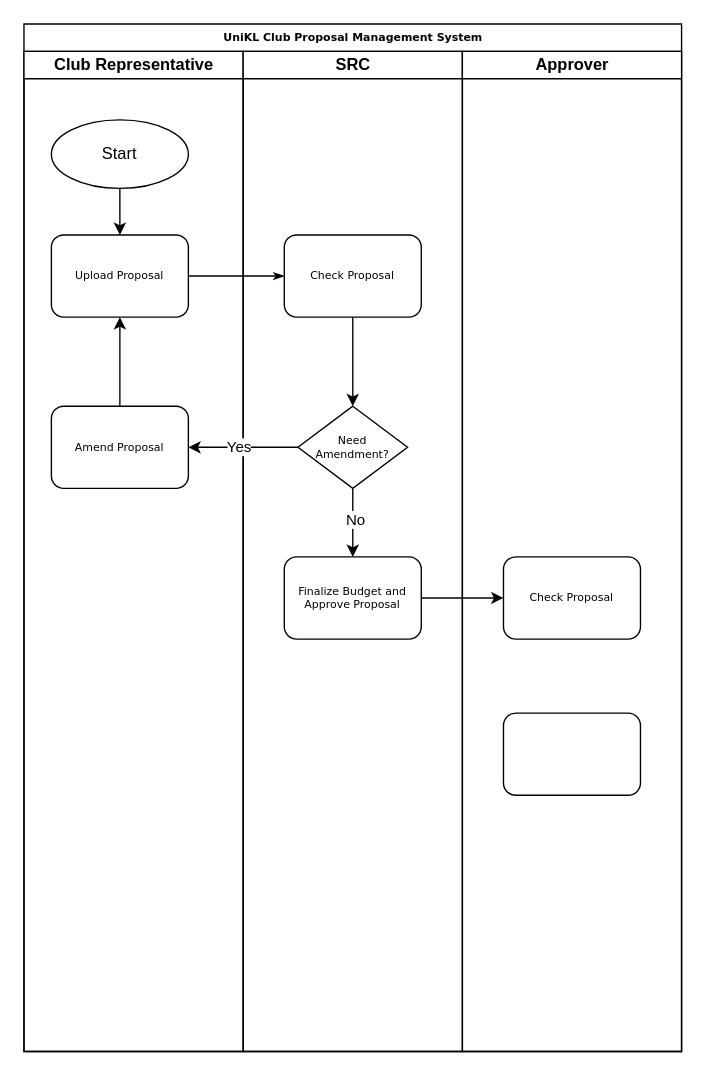
Before: WorkflowFYP.drawio in swara731/Uml-Diagrams, a draw.io diagram. Source tidied: cells renumbered, new cells numbered last; positions are measured from the earlier drawing's top-left corner, leaving out a move shared by most shapes. Both pictures are drawn from the tidied source at 137%, with x=0, y=0 at pixel (23, 23).
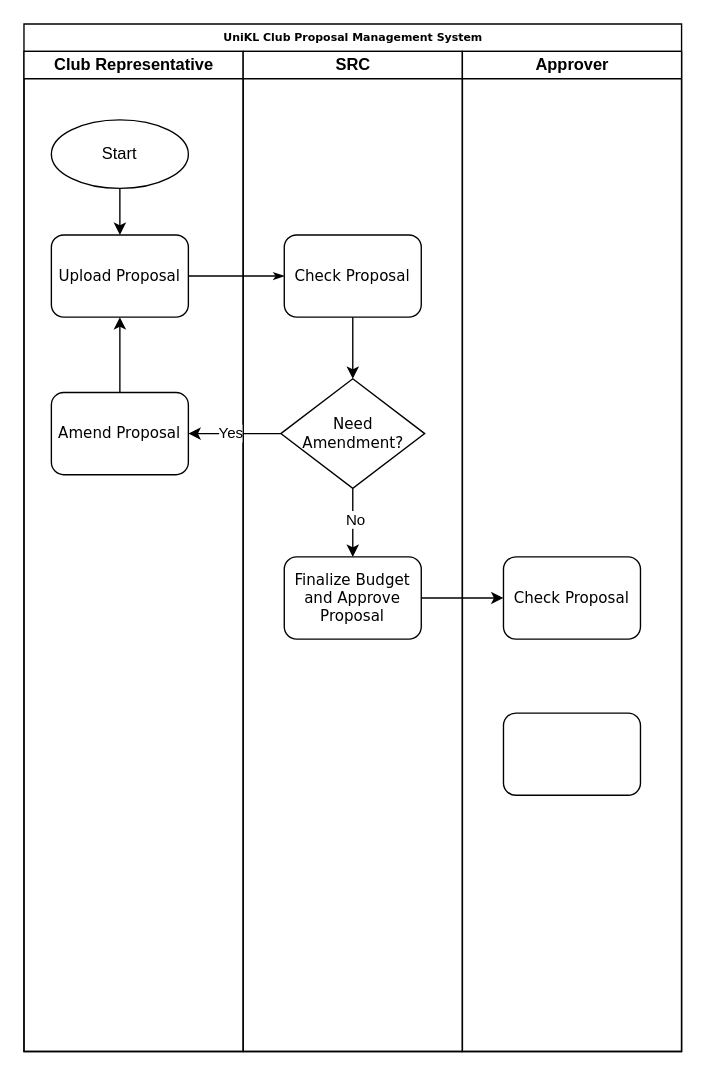
Above is the later version.

The change refers to these unchanged cells:
```xml
<mxCell id="3" value="Club Representative" style="swimlane;html=1;startSize=20;" parent="2" vertex="1">
  <mxGeometry y="20" width="160" height="730" as="geometry" />
</mxCell>
<mxCell id="10" value="SRC" style="swimlane;html=1;startSize=20;" parent="2" vertex="1">
  <mxGeometry x="160" y="20" width="160" height="730" as="geometry" />
</mxCell>
<mxCell id="17" value="Approver" style="swimlane;html=1;startSize=20;" parent="2" vertex="1">
  <mxGeometry x="320" y="20" width="160" height="730" as="geometry" />
</mxCell>
```

Diff of the diagram source:
```diff
@@
-    <mxCell id="4" value="Upload Proposal" style="rounded=1;whiteSpace=wrap;html=1;shadow=0;labelBackgroundColor=none;strokeWidth=1;fontFamily=Verdana;fontSize=8;align=center;" parent="3" vertex="1">
+    <mxCell id="4" value="Upload Proposal" style="rounded=1;whiteSpace=wrap;html=1;shadow=0;labelBackgroundColor=none;strokeWidth=1;fontFamily=Verdana;fontSize=11;align=center;fillColor=none;" parent="3" vertex="1">
       <mxGeometry x="20" y="134" width="100" height="60" as="geometry" />
     </mxCell>
@@
-    <mxCell id="6" value="Amend Proposal" style="rounded=1;whiteSpace=wrap;html=1;shadow=0;labelBackgroundColor=none;strokeWidth=1;fontFamily=Verdana;fontSize=8;align=center;" parent="3" vertex="1">
-      <mxGeometry x="20" y="259" width="100" height="60" as="geometry" />
+    <mxCell id="6" value="Amend Proposal" style="rounded=1;whiteSpace=wrap;html=1;shadow=0;labelBackgroundColor=none;strokeWidth=1;fontFamily=Verdana;fontSize=11;align=center;fillColor=none;" parent="3" vertex="1">
+      <mxGeometry x="20" y="249" width="100" height="60" as="geometry" />
     </mxCell>
@@
-    <mxCell id="12" value="Check Proposal" style="rounded=1;whiteSpace=wrap;html=1;shadow=0;labelBackgroundColor=none;strokeWidth=1;fontFamily=Verdana;fontSize=8;align=center;" parent="10" vertex="1">
+    <mxCell id="12" value="Check Proposal" style="rounded=1;whiteSpace=wrap;html=1;shadow=0;labelBackgroundColor=none;strokeWidth=1;fontFamily=Verdana;fontSize=11;align=center;fillColor=none;" parent="10" vertex="1">
       <mxGeometry x="30" y="134" width="100" height="60" as="geometry" />
     </mxCell>
@@
-    <mxCell id="15" value="Need &lt;br&gt;Amendment?" style="rhombus;whiteSpace=wrap;html=1;rounded=0;shadow=0;labelBackgroundColor=none;strokeWidth=1;fontFamily=Verdana;fontSize=8;align=center;" parent="10" vertex="1">
-      <mxGeometry x="40" y="259" width="80" height="60" as="geometry" />
+    <mxCell id="15" value="Need &lt;br style=&quot;font-size: 11px;&quot;&gt;Amendment?" style="rhombus;whiteSpace=wrap;html=1;rounded=0;shadow=0;labelBackgroundColor=none;strokeWidth=1;fontFamily=Verdana;fontSize=11;align=center;fillColor=none;" parent="10" vertex="1">
+      <mxGeometry x="27.5" y="239" width="105" height="80" as="geometry" />
     </mxCell>
-    <mxCell id="16" value="Finalize Budget and Approve Proposal" style="rounded=1;whiteSpace=wrap;html=1;shadow=0;labelBackgroundColor=none;strokeWidth=1;fontFamily=Verdana;fontSize=8;align=center;" parent="10" vertex="1">
+    <mxCell id="16" value="Finalize Budget and Approve Proposal" style="rounded=1;whiteSpace=wrap;html=1;shadow=0;labelBackgroundColor=none;strokeWidth=1;fontFamily=Verdana;fontSize=11;align=center;fillColor=none;" parent="10" vertex="1">
       <mxGeometry x="30" y="369" width="100" height="60" as="geometry" />
     </mxCell>
@@
-    <mxCell id="18" value="Check Proposal" style="rounded=1;whiteSpace=wrap;html=1;shadow=0;labelBackgroundColor=none;strokeWidth=1;fontFamily=Verdana;fontSize=8;align=center;" parent="17" vertex="1">
+    <mxCell id="18" value="Check Proposal" style="rounded=1;whiteSpace=wrap;html=1;shadow=0;labelBackgroundColor=none;strokeWidth=1;fontFamily=Verdana;fontSize=11;align=center;fillColor=none;" parent="17" vertex="1">
       <mxGeometry x="30" y="369" width="100" height="60" as="geometry" />
     </mxCell>
-    <mxCell id="19" style="rounded=1;whiteSpace=wrap;html=1;shadow=0;labelBackgroundColor=none;strokeWidth=1;fontFamily=Verdana;fontSize=8;align=center;" parent="17" vertex="1">
+    <mxCell id="19" style="rounded=1;whiteSpace=wrap;html=1;shadow=0;labelBackgroundColor=none;strokeWidth=1;fontFamily=Verdana;fontSize=8;align=center;fillColor=none;" parent="17" vertex="1">
       <mxGeometry x="30" y="483" width="100" height="60" as="geometry" />
     </mxCell>
```
